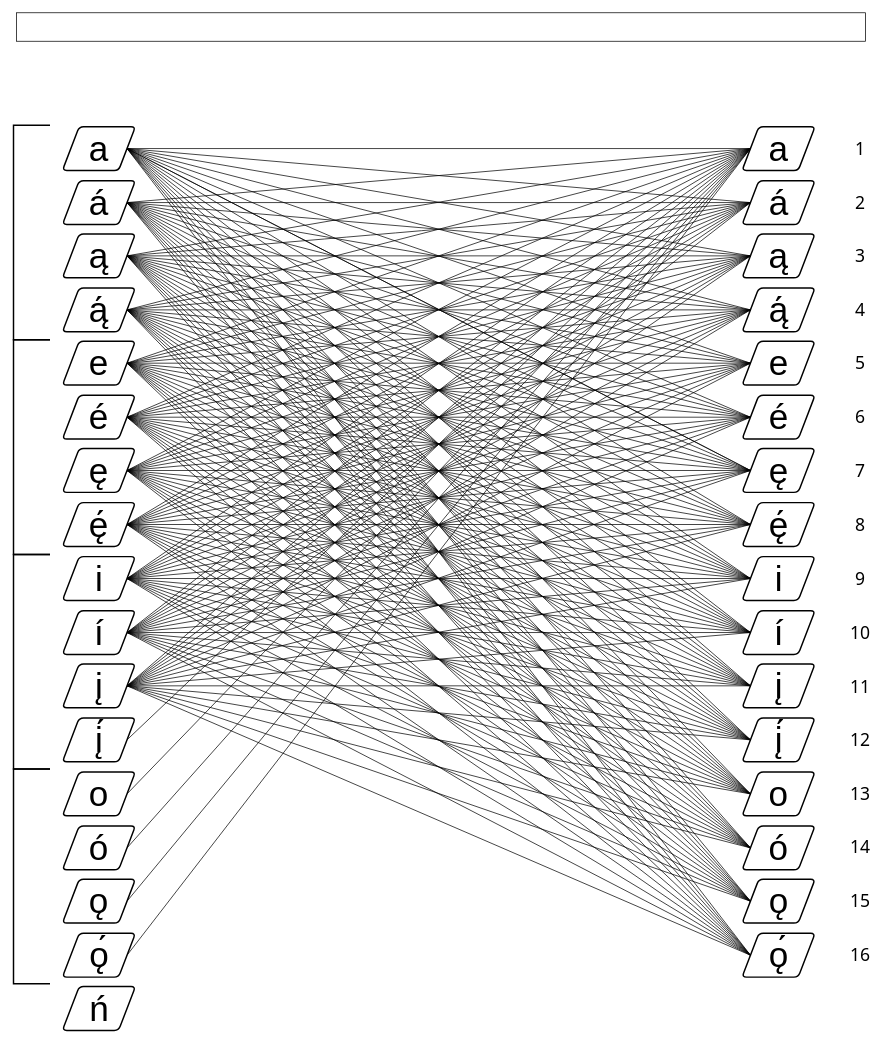
Before: Associated Diagrams/Navaho Vowel Network.drawio in OJB-Quantum/Navaho-Linguistics, a draw.io diagram. Source tidied: cells renumbered, new cells numbered last; positions are measured from the earlier drawing's top-left corner, leaving out a move shared by most shapes. Both pictures are drawn from the tidied source at 73%, with x=0, y=0 at pixel (13, 12).
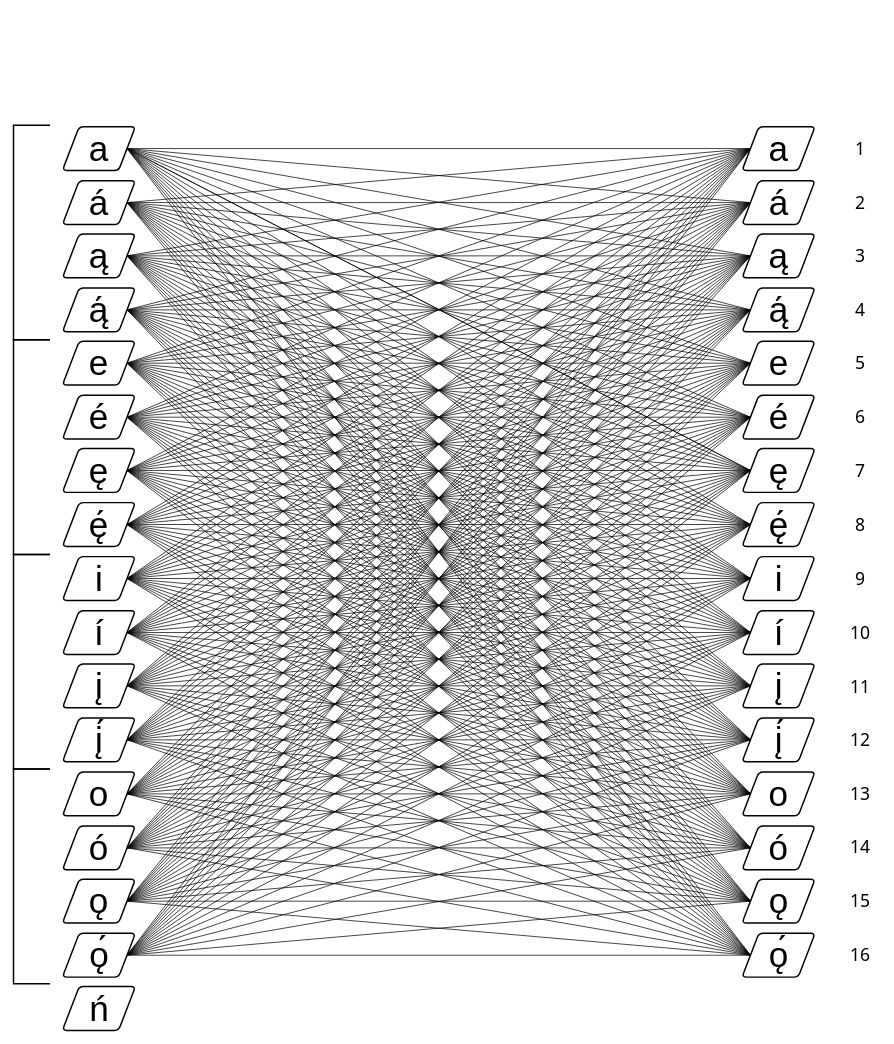
The same page after the edit.

The change refers to these unchanged cells:
```xml
<mxCell id="78" style="shape=parallelogram;html=1;strokeWidth=2;perimeter=parallelogramPerimeter;whiteSpace=wrap;rounded=1;arcSize=12;size=0.23;fontFamily=IBM Plex Sans;" parent="1" vertex="1">
  <mxGeometry x="67" y="966" width="100" height="60" as="geometry" />
</mxCell>
<mxCell id="80" style="shape=parallelogram;html=1;strokeWidth=2;perimeter=parallelogramPerimeter;whiteSpace=wrap;rounded=1;arcSize=12;size=0.23;fontFamily=IBM Plex Sans;" parent="1" vertex="1">
  <mxGeometry x="67" y="1040" width="100" height="60" as="geometry" />
</mxCell>
<mxCell id="82" style="shape=parallelogram;html=1;strokeWidth=2;perimeter=parallelogramPerimeter;whiteSpace=wrap;rounded=1;arcSize=12;size=0.23;fontFamily=IBM Plex Sans;" parent="1" vertex="1">
  <mxGeometry x="67" y="1114" width="100" height="60" as="geometry" />
</mxCell>
<mxCell id="84" style="shape=parallelogram;html=1;strokeWidth=2;perimeter=parallelogramPerimeter;whiteSpace=wrap;rounded=1;arcSize=12;size=0.23;fontFamily=IBM Plex Sans;" parent="1" vertex="1">
  <mxGeometry x="67" y="1187" width="100" height="60" as="geometry" />
</mxCell>
<mxCell id="86" style="shape=parallelogram;html=1;strokeWidth=2;perimeter=parallelogramPerimeter;whiteSpace=wrap;rounded=1;arcSize=12;size=0.23;fontFamily=IBM Plex Sans;" parent="1" vertex="1">
  <mxGeometry x="67" y="1261" width="100" height="60" as="geometry" />
</mxCell>
<mxCell id="92" style="shape=parallelogram;html=1;strokeWidth=2;perimeter=parallelogramPerimeter;whiteSpace=wrap;rounded=1;arcSize=12;size=0.23;fontFamily=IBM Plex Sans;" parent="1" vertex="1">
  <mxGeometry x="998" y="230" width="100" height="60" as="geometry" />
</mxCell>
<mxCell id="94" style="shape=parallelogram;html=1;strokeWidth=2;perimeter=parallelogramPerimeter;whiteSpace=wrap;rounded=1;arcSize=12;size=0.23;fontFamily=IBM Plex Sans;" parent="1" vertex="1">
  <mxGeometry x="998" y="303" width="100" height="60" as="geometry" />
</mxCell>
<mxCell id="96" style="shape=parallelogram;html=1;strokeWidth=2;perimeter=parallelogramPerimeter;whiteSpace=wrap;rounded=1;arcSize=12;size=0.23;fontFamily=IBM Plex Sans;" parent="1" vertex="1">
  <mxGeometry x="998" y="377" width="100" height="60" as="geometry" />
</mxCell>
<mxCell id="98" style="shape=parallelogram;html=1;strokeWidth=2;perimeter=parallelogramPerimeter;whiteSpace=wrap;rounded=1;arcSize=12;size=0.23;fontFamily=IBM Plex Sans;" parent="1" vertex="1">
  <mxGeometry x="998" y="450" width="100" height="60" as="geometry" />
</mxCell>
<mxCell id="100" style="shape=parallelogram;html=1;strokeWidth=2;perimeter=parallelogramPerimeter;whiteSpace=wrap;rounded=1;arcSize=12;size=0.23;fontFamily=IBM Plex Sans;" parent="1" vertex="1">
  <mxGeometry x="998" y="524" width="100" height="60" as="geometry" />
</mxCell>
<mxCell id="102" style="shape=parallelogram;html=1;strokeWidth=2;perimeter=parallelogramPerimeter;whiteSpace=wrap;rounded=1;arcSize=12;size=0.23;fontFamily=IBM Plex Sans;" parent="1" vertex="1">
  <mxGeometry x="998" y="597" width="100" height="60" as="geometry" />
</mxCell>
<mxCell id="104" style="shape=parallelogram;html=1;strokeWidth=2;perimeter=parallelogramPerimeter;whiteSpace=wrap;rounded=1;arcSize=12;size=0.23;fontFamily=IBM Plex Sans;" parent="1" vertex="1">
  <mxGeometry x="998" y="671" width="100" height="60" as="geometry" />
</mxCell>
<mxCell id="106" style="shape=parallelogram;html=1;strokeWidth=2;perimeter=parallelogramPerimeter;whiteSpace=wrap;rounded=1;arcSize=12;size=0.23;fontFamily=IBM Plex Sans;" parent="1" vertex="1">
  <mxGeometry x="998" y="745" width="100" height="60" as="geometry" />
</mxCell>
<mxCell id="108" style="shape=parallelogram;html=1;strokeWidth=2;perimeter=parallelogramPerimeter;whiteSpace=wrap;rounded=1;arcSize=12;size=0.23;fontFamily=IBM Plex Sans;" parent="1" vertex="1">
  <mxGeometry x="998" y="819" width="100" height="60" as="geometry" />
</mxCell>
<mxCell id="110" style="shape=parallelogram;html=1;strokeWidth=2;perimeter=parallelogramPerimeter;whiteSpace=wrap;rounded=1;arcSize=12;size=0.23;fontFamily=IBM Plex Sans;" parent="1" vertex="1">
  <mxGeometry x="998" y="892" width="100" height="60" as="geometry" />
</mxCell>
<mxCell id="112" style="shape=parallelogram;html=1;strokeWidth=2;perimeter=parallelogramPerimeter;whiteSpace=wrap;rounded=1;arcSize=12;size=0.23;fontFamily=IBM Plex Sans;" parent="1" vertex="1">
  <mxGeometry x="998" y="966" width="100" height="60" as="geometry" />
</mxCell>
<mxCell id="114" style="shape=parallelogram;html=1;strokeWidth=2;perimeter=parallelogramPerimeter;whiteSpace=wrap;rounded=1;arcSize=12;size=0.23;fontFamily=IBM Plex Sans;" parent="1" vertex="1">
  <mxGeometry x="998" y="1040" width="100" height="60" as="geometry" />
</mxCell>
<mxCell id="116" style="shape=parallelogram;html=1;strokeWidth=2;perimeter=parallelogramPerimeter;whiteSpace=wrap;rounded=1;arcSize=12;size=0.23;fontFamily=IBM Plex Sans;" parent="1" vertex="1">
  <mxGeometry x="998" y="1114" width="100" height="60" as="geometry" />
</mxCell>
<mxCell id="118" style="shape=parallelogram;html=1;strokeWidth=2;perimeter=parallelogramPerimeter;whiteSpace=wrap;rounded=1;arcSize=12;size=0.23;fontFamily=IBM Plex Sans;" parent="1" vertex="1">
  <mxGeometry x="998" y="1187" width="100" height="60" as="geometry" />
</mxCell>
<mxCell id="120" style="shape=parallelogram;html=1;strokeWidth=2;perimeter=parallelogramPerimeter;whiteSpace=wrap;rounded=1;arcSize=12;size=0.23;fontFamily=IBM Plex Sans;" parent="1" vertex="1">
  <mxGeometry x="998" y="1261" width="100" height="60" as="geometry" />
</mxCell>
```

Change to the diagram source:
```diff
@@
-    <mxCell id="45" style="rounded=0;whiteSpace=wrap;html=1;" parent="1" vertex="1">
-      <mxGeometry x="4" width="1163" height="39" as="geometry" />
-    </mxCell>
@@
+    <mxCell id="271" style="endArrow=none;html=1;rounded=0;exitX=1;exitY=0.5;exitDx=0;exitDy=0;entryX=0;entryY=0.5;entryDx=0;entryDy=0;" parent="1" edge="1" source="78" target="92">
+      <mxGeometry relative="1" as="geometry" />
+    </mxCell>
+    <mxCell id="272" style="endArrow=none;html=1;rounded=0;exitX=1;exitY=0.5;exitDx=0;exitDy=0;entryX=0;entryY=0.5;entryDx=0;entryDy=0;" parent="1" edge="1" source="78" target="94">
+      <mxGeometry relative="1" as="geometry" />
+    </mxCell>
+    <mxCell id="273" style="endArrow=none;html=1;rounded=0;exitX=1;exitY=0.5;exitDx=0;exitDy=0;entryX=0;entryY=0.5;entryDx=0;entryDy=0;" parent="1" edge="1" source="78" target="96">
+      <mxGeometry relative="1" as="geometry" />
+    </mxCell>
+    <mxCell id="274" style="endArrow=none;html=1;rounded=0;exitX=1;exitY=0.5;exitDx=0;exitDy=0;entryX=0;entryY=0.5;entryDx=0;entryDy=0;" parent="1" edge="1" source="78" target="98">
+      <mxGeometry relative="1" as="geometry" />
+    </mxCell>
+    <mxCell id="275" style="endArrow=none;html=1;rounded=0;exitX=1;exitY=0.5;exitDx=0;exitDy=0;entryX=0;entryY=0.5;entryDx=0;entryDy=0;" parent="1" edge="1" source="78" target="100">
+      <mxGeometry relative="1" as="geometry" />
+    </mxCell>
+    <mxCell id="276" style="endArrow=none;html=1;rounded=0;exitX=1;exitY=0.5;exitDx=0;exitDy=0;entryX=0;entryY=0.5;entryDx=0;entryDy=0;" parent="1" edge="1" source="78" target="102">
+      <mxGeometry relative="1" as="geometry" />
+    </mxCell>
+    <mxCell id="277" style="endArrow=none;html=1;rounded=0;exitX=1;exitY=0.5;exitDx=0;exitDy=0;entryX=0;entryY=0.5;entryDx=0;entryDy=0;" parent="1" edge="1" source="78" target="104">
+      <mxGeometry relative="1" as="geometry" />
+    </mxCell>
+    <mxCell id="278" style="endArrow=none;html=1;rounded=0;exitX=1;exitY=0.5;exitDx=0;exitDy=0;entryX=0;entryY=0.5;entryDx=0;entryDy=0;" parent="1" edge="1" source="78" target="106">
+      <mxGeometry relative="1" as="geometry" />
+    </mxCell>
+    <mxCell id="279" style="endArrow=none;html=1;rounded=0;exitX=1;exitY=0.5;exitDx=0;exitDy=0;entryX=0;entryY=0.5;entryDx=0;entryDy=0;" parent="1" edge="1" source="78" target="108">
+      <mxGeometry relative="1" as="geometry" />
+    </mxCell>
+    <mxCell id="280" style="endArrow=none;html=1;rounded=0;exitX=1;exitY=0.5;exitDx=0;exitDy=0;entryX=0;entryY=0.5;entryDx=0;entryDy=0;" parent="1" edge="1" source="78" target="110">
+      <mxGeometry relative="1" as="geometry" />
+    </mxCell>
+    <mxCell id="281" style="endArrow=none;html=1;rounded=0;exitX=1;exitY=0.5;exitDx=0;exitDy=0;entryX=0;entryY=0.5;entryDx=0;entryDy=0;" parent="1" edge="1" source="78" target="112">
+      <mxGeometry relative="1" as="geometry" />
+    </mxCell>
+    <mxCell id="282" style="endArrow=none;html=1;rounded=0;exitX=1;exitY=0.5;exitDx=0;exitDy=0;entryX=0;entryY=0.5;entryDx=0;entryDy=0;" parent="1" edge="1" source="78" target="114">
+      <mxGeometry relative="1" as="geometry" />
+    </mxCell>
+    <mxCell id="283" style="endArrow=none;html=1;rounded=0;exitX=1;exitY=0.5;exitDx=0;exitDy=0;entryX=0;entryY=0.5;entryDx=0;entryDy=0;" parent="1" edge="1" source="78" target="116">
+      <mxGeometry relative="1" as="geometry" />
+    </mxCell>
+    <mxCell id="284" style="endArrow=none;html=1;rounded=0;exitX=1;exitY=0.5;exitDx=0;exitDy=0;entryX=0;entryY=0.5;entryDx=0;entryDy=0;" parent="1" edge="1" source="78" target="118">
+      <mxGeometry relative="1" as="geometry" />
+    </mxCell>
+    <mxCell id="285" style="endArrow=none;html=1;rounded=0;exitX=1;exitY=0.5;exitDx=0;exitDy=0;entryX=0;entryY=0.5;entryDx=0;entryDy=0;" parent="1" edge="1" source="78" target="120">
+      <mxGeometry relative="1" as="geometry" />
+    </mxCell>
+    <mxCell id="286" style="endArrow=none;html=1;rounded=0;exitX=1;exitY=0.5;exitDx=0;exitDy=0;entryX=0;entryY=0.5;entryDx=0;entryDy=0;" parent="1" edge="1" source="80" target="92">
+      <mxGeometry relative="1" as="geometry" />
+    </mxCell>
+    <mxCell id="287" style="endArrow=none;html=1;rounded=0;exitX=1;exitY=0.5;exitDx=0;exitDy=0;entryX=0;entryY=0.5;entryDx=0;entryDy=0;" parent="1" edge="1" source="80" target="94">
+      <mxGeometry relative="1" as="geometry" />
+    </mxCell>
+    <mxCell id="288" style="endArrow=none;html=1;rounded=0;exitX=1;exitY=0.5;exitDx=0;exitDy=0;entryX=0;entryY=0.5;entryDx=0;entryDy=0;" parent="1" edge="1" source="80" target="96">
+      <mxGeometry relative="1" as="geometry" />
+    </mxCell>
+    <mxCell id="289" style="endArrow=none;html=1;rounded=0;exitX=1;exitY=0.5;exitDx=0;exitDy=0;entryX=0;entryY=0.5;entryDx=0;entryDy=0;" parent="1" edge="1" source="80" target="98">
+      <mxGeometry relative="1" as="geometry" />
+    </mxCell>
+    <mxCell id="290" style="endArrow=none;html=1;rounded=0;exitX=1;exitY=0.5;exitDx=0;exitDy=0;entryX=0;entryY=0.5;entryDx=0;entryDy=0;" parent="1" edge="1" source="80" target="100">
+      <mxGeometry relative="1" as="geometry" />
+    </mxCell>
+    <mxCell id="291" style="endArrow=none;html=1;rounded=0;exitX=1;exitY=0.5;exitDx=0;exitDy=0;entryX=0;entryY=0.5;entryDx=0;entryDy=0;" parent="1" edge="1" source="80" target="102">
+      <mxGeometry relative="1" as="geometry" />
+    </mxCell>
+    <mxCell id="292" style="endArrow=none;html=1;rounded=0;exitX=1;exitY=0.5;exitDx=0;exitDy=0;entryX=0;entryY=0.5;entryDx=0;entryDy=0;" parent="1" edge="1" source="80" target="104">
+      <mxGeometry relative="1" as="geometry" />
+    </mxCell>
+    <mxCell id="293" style="endArrow=none;html=1;rounded=0;exitX=1;exitY=0.5;exitDx=0;exitDy=0;entryX=0;entryY=0.5;entryDx=0;entryDy=0;" parent="1" edge="1" source="80" target="106">
+      <mxGeometry relative="1" as="geometry" />
+    </mxCell>
+    <mxCell id="294" style="endArrow=none;html=1;rounded=0;exitX=1;exitY=0.5;exitDx=0;exitDy=0;entryX=0;entryY=0.5;entryDx=0;entryDy=0;" parent="1" edge="1" source="80" target="108">
+      <mxGeometry relative="1" as="geometry" />
+    </mxCell>
+    <mxCell id="295" style="endArrow=none;html=1;rounded=0;exitX=1;exitY=0.5;exitDx=0;exitDy=0;entryX=0;entryY=0.5;entryDx=0;entryDy=0;" parent="1" edge="1" source="80" target="110">
+      <mxGeometry relative="1" as="geometry" />
+    </mxCell>
+    <mxCell id="296" style="endArrow=none;html=1;rounded=0;exitX=1;exitY=0.5;exitDx=0;exitDy=0;entryX=0;entryY=0.5;entryDx=0;entryDy=0;" parent="1" edge="1" source="80" target="112">
+      <mxGeometry relative="1" as="geometry" />
+    </mxCell>
+    <mxCell id="297" style="endArrow=none;html=1;rounded=0;exitX=1;exitY=0.5;exitDx=0;exitDy=0;entryX=0;entryY=0.5;entryDx=0;entryDy=0;" parent="1" edge="1" source="80" target="114">
+      <mxGeometry relative="1" as="geometry" />
+    </mxCell>
+    <mxCell id="298" style="endArrow=none;html=1;rounded=0;exitX=1;exitY=0.5;exitDx=0;exitDy=0;entryX=0;entryY=0.5;entryDx=0;entryDy=0;" parent="1" edge="1" source="80" target="116">
+      <mxGeometry relative="1" as="geometry" />
+    </mxCell>
+    <mxCell id="299" style="endArrow=none;html=1;rounded=0;exitX=1;exitY=0.5;exitDx=0;exitDy=0;entryX=0;entryY=0.5;entryDx=0;entryDy=0;" parent="1" edge="1" source="80" target="118">
+      <mxGeometry relative="1" as="geometry" />
+    </mxCell>
+    <mxCell id="300" style="endArrow=none;html=1;rounded=0;exitX=1;exitY=0.5;exitDx=0;exitDy=0;entryX=0;entryY=0.5;entryDx=0;entryDy=0;" parent="1" edge="1" source="80" target="120">
+      <mxGeometry relative="1" as="geometry" />
+    </mxCell>
+    <mxCell id="301" style="endArrow=none;html=1;rounded=0;exitX=1;exitY=0.5;exitDx=0;exitDy=0;entryX=0;entryY=0.5;entryDx=0;entryDy=0;" parent="1" edge="1" source="82" target="92">
+      <mxGeometry relative="1" as="geometry" />
+    </mxCell>
+    <mxCell id="302" style="endArrow=none;html=1;rounded=0;exitX=1;exitY=0.5;exitDx=0;exitDy=0;entryX=0;entryY=0.5;entryDx=0;entryDy=0;" parent="1" edge="1" source="82" target="94">
+      <mxGeometry relative="1" as="geometry" />
+    </mxCell>
+    <mxCell id="303" style="endArrow=none;html=1;rounded=0;exitX=1;exitY=0.5;exitDx=0;exitDy=0;entryX=0;entryY=0.5;entryDx=0;entryDy=0;" parent="1" edge="1" source="82" target="96">
+      <mxGeometry relative="1" as="geometry" />
+    </mxCell>
+    <mxCell id="304" style="endArrow=none;html=1;rounded=0;exitX=1;exitY=0.5;exitDx=0;exitDy=0;entryX=0;entryY=0.5;entryDx=0;entryDy=0;" parent="1" edge="1" source="82" target="98">
+      <mxGeometry relative="1" as="geometry" />
+    </mxCell>
+    <mxCell id="305" style="endArrow=none;html=1;rounded=0;exitX=1;exitY=0.5;exitDx=0;exitDy=0;entryX=0;entryY=0.5;entryDx=0;entryDy=0;" parent="1" edge="1" source="82" target="100">
+      <mxGeometry relative="1" as="geometry" />
+    </mxCell>
+    <mxCell id="306" style="endArrow=none;html=1;rounded=0;exitX=1;exitY=0.5;exitDx=0;exitDy=0;entryX=0;entryY=0.5;entryDx=0;entryDy=0;" parent="1" edge="1" source="82" target="102">
+      <mxGeometry relative="1" as="geometry" />
+    </mxCell>
+    <mxCell id="307" style="endArrow=none;html=1;rounded=0;exitX=1;exitY=0.5;exitDx=0;exitDy=0;entryX=0;entryY=0.5;entryDx=0;entryDy=0;" parent="1" edge="1" source="82" target="104">
+      <mxGeometry relative="1" as="geometry" />
+    </mxCell>
+    <mxCell id="308" style="endArrow=none;html=1;rounded=0;exitX=1;exitY=0.5;exitDx=0;exitDy=0;entryX=0;entryY=0.5;entryDx=0;entryDy=0;" parent="1" edge="1" source="82" target="106">
+      <mxGeometry relative="1" as="geometry" />
+    </mxCell>
+    <mxCell id="309" style="endArrow=none;html=1;rounded=0;exitX=1;exitY=0.5;exitDx=0;exitDy=0;entryX=0;entryY=0.5;entryDx=0;entryDy=0;" parent="1" edge="1" source="82" target="108">
+      <mxGeometry relative="1" as="geometry" />
+    </mxCell>
+    <mxCell id="310" style="endArrow=none;html=1;rounded=0;exitX=1;exitY=0.5;exitDx=0;exitDy=0;entryX=0;entryY=0.5;entryDx=0;entryDy=0;" parent="1" edge="1" source="82" target="110">
+      <mxGeometry relative="1" as="geometry" />
+    </mxCell>
+    <mxCell id="311" style="endArrow=none;html=1;rounded=0;exitX=1;exitY=0.5;exitDx=0;exitDy=0;entryX=0;entryY=0.5;entryDx=0;entryDy=0;" parent="1" edge="1" source="82" target="112">
+      <mxGeometry relative="1" as="geometry" />
+    </mxCell>
+    <mxCell id="312" style="endArrow=none;html=1;rounded=0;exitX=1;exitY=0.5;exitDx=0;exitDy=0;entryX=0;entryY=0.5;entryDx=0;entryDy=0;" parent="1" edge="1" source="82" target="114">
+      <mxGeometry relative="1" as="geometry" />
+    </mxCell>
+    <mxCell id="313" style="endArrow=none;html=1;rounded=0;exitX=1;exitY=0.5;exitDx=0;exitDy=0;entryX=0;entryY=0.5;entryDx=0;entryDy=0;" parent="1" edge="1" source="82" target="116">
+      <mxGeometry relative="1" as="geometry" />
+    </mxCell>
+    <mxCell id="314" style="endArrow=none;html=1;rounded=0;exitX=1;exitY=0.5;exitDx=0;exitDy=0;entryX=0;entryY=0.5;entryDx=0;entryDy=0;" parent="1" edge="1" source="82" target="118">
+      <mxGeometry relative="1" as="geometry" />
+    </mxCell>
+    <mxCell id="315" style="endArrow=none;html=1;rounded=0;exitX=1;exitY=0.5;exitDx=0;exitDy=0;entryX=0;entryY=0.5;entryDx=0;entryDy=0;" parent="1" edge="1" source="82" target="120">
+      <mxGeometry relative="1" as="geometry" />
+    </mxCell>
+    <mxCell id="316" style="endArrow=none;html=1;rounded=0;exitX=1;exitY=0.5;exitDx=0;exitDy=0;entryX=0;entryY=0.5;entryDx=0;entryDy=0;" parent="1" edge="1" source="84" target="92">
+      <mxGeometry relative="1" as="geometry" />
+    </mxCell>
+    <mxCell id="317" style="endArrow=none;html=1;rounded=0;exitX=1;exitY=0.5;exitDx=0;exitDy=0;entryX=0;entryY=0.5;entryDx=0;entryDy=0;" parent="1" edge="1" source="84" target="94">
+      <mxGeometry relative="1" as="geometry" />
+    </mxCell>
+    <mxCell id="318" style="endArrow=none;html=1;rounded=0;exitX=1;exitY=0.5;exitDx=0;exitDy=0;entryX=0;entryY=0.5;entryDx=0;entryDy=0;" parent="1" edge="1" source="84" target="96">
+      <mxGeometry relative="1" as="geometry" />
+    </mxCell>
+    <mxCell id="319" style="endArrow=none;html=1;rounded=0;exitX=1;exitY=0.5;exitDx=0;exitDy=0;entryX=0;entryY=0.5;entryDx=0;entryDy=0;" parent="1" edge="1" source="84" target="98">
+      <mxGeometry relative="1" as="geometry" />
+    </mxCell>
+    <mxCell id="320" style="endArrow=none;html=1;rounded=0;exitX=1;exitY=0.5;exitDx=0;exitDy=0;entryX=0;entryY=0.5;entryDx=0;entryDy=0;" parent="1" edge="1" source="84" target="100">
+      <mxGeometry relative="1" as="geometry" />
+    </mxCell>
+    <mxCell id="321" style="endArrow=none;html=1;rounded=0;exitX=1;exitY=0.5;exitDx=0;exitDy=0;entryX=0;entryY=0.5;entryDx=0;entryDy=0;" parent="1" edge="1" source="84" target="102">
+      <mxGeometry relative="1" as="geometry" />
+    </mxCell>
+    <mxCell id="322" style="endArrow=none;html=1;rounded=0;exitX=1;exitY=0.5;exitDx=0;exitDy=0;entryX=0;entryY=0.5;entryDx=0;entryDy=0;" parent="1" edge="1" source="84" target="104">
+      <mxGeometry relative="1" as="geometry" />
+    </mxCell>
+    <mxCell id="323" style="endArrow=none;html=1;rounded=0;exitX=1;exitY=0.5;exitDx=0;exitDy=0;entryX=0;entryY=0.5;entryDx=0;entryDy=0;" parent="1" edge="1" source="84" target="106">
+      <mxGeometry relative="1" as="geometry" />
+    </mxCell>
+    <mxCell id="324" style="endArrow=none;html=1;rounded=0;exitX=1;exitY=0.5;exitDx=0;exitDy=0;entryX=0;entryY=0.5;entryDx=0;entryDy=0;" parent="1" edge="1" source="84" target="108">
+      <mxGeometry relative="1" as="geometry" />
+    </mxCell>
+    <mxCell id="325" style="endArrow=none;html=1;rounded=0;exitX=1;exitY=0.5;exitDx=0;exitDy=0;entryX=0;entryY=0.5;entryDx=0;entryDy=0;" parent="1" edge="1" source="84" target="110">
+      <mxGeometry relative="1" as="geometry" />
+    </mxCell>
+    <mxCell id="326" style="endArrow=none;html=1;rounded=0;exitX=1;exitY=0.5;exitDx=0;exitDy=0;entryX=0;entryY=0.5;entryDx=0;entryDy=0;" parent="1" edge="1" source="84" target="112">
+      <mxGeometry relative="1" as="geometry" />
+    </mxCell>
+    <mxCell id="327" style="endArrow=none;html=1;rounded=0;exitX=1;exitY=0.5;exitDx=0;exitDy=0;entryX=0;entryY=0.5;entryDx=0;entryDy=0;" parent="1" edge="1" source="84" target="114">
+      <mxGeometry relative="1" as="geometry" />
+    </mxCell>
+    <mxCell id="328" style="endArrow=none;html=1;rounded=0;exitX=1;exitY=0.5;exitDx=0;exitDy=0;entryX=0;entryY=0.5;entryDx=0;entryDy=0;" parent="1" edge="1" source="84" target="116">
+      <mxGeometry relative="1" as="geometry" />
+    </mxCell>
+    <mxCell id="329" style="endArrow=none;html=1;rounded=0;exitX=1;exitY=0.5;exitDx=0;exitDy=0;entryX=0;entryY=0.5;entryDx=0;entryDy=0;" parent="1" edge="1" source="84" target="120">
+      <mxGeometry relative="1" as="geometry" />
+    </mxCell>
+    <mxCell id="330" style="endArrow=none;html=1;rounded=0;exitX=1;exitY=0.5;exitDx=0;exitDy=0;entryX=0;entryY=0.5;entryDx=0;entryDy=0;" parent="1" edge="1" source="84" target="118">
+      <mxGeometry relative="1" as="geometry" />
+    </mxCell>
+    <mxCell id="331" style="endArrow=none;html=1;rounded=0;exitX=1;exitY=0.5;exitDx=0;exitDy=0;entryX=0;entryY=0.5;entryDx=0;entryDy=0;" parent="1" edge="1" source="86" target="92">
+      <mxGeometry relative="1" as="geometry" />
+    </mxCell>
+    <mxCell id="332" style="endArrow=none;html=1;rounded=0;exitX=1;exitY=0.5;exitDx=0;exitDy=0;entryX=0;entryY=0.5;entryDx=0;entryDy=0;" parent="1" edge="1" source="86" target="94">
+      <mxGeometry relative="1" as="geometry" />
+    </mxCell>
+    <mxCell id="333" style="endArrow=none;html=1;rounded=0;exitX=1;exitY=0.5;exitDx=0;exitDy=0;entryX=0;entryY=0.5;entryDx=0;entryDy=0;" parent="1" edge="1" source="86" target="96">
+      <mxGeometry relative="1" as="geometry" />
+    </mxCell>
+    <mxCell id="334" style="endArrow=none;html=1;rounded=0;exitX=1;exitY=0.5;exitDx=0;exitDy=0;entryX=0;entryY=0.5;entryDx=0;entryDy=0;" parent="1" edge="1" source="86" target="98">
+      <mxGeometry relative="1" as="geometry" />
+    </mxCell>
+    <mxCell id="335" style="endArrow=none;html=1;rounded=0;exitX=1;exitY=0.5;exitDx=0;exitDy=0;entryX=0;entryY=0.5;entryDx=0;entryDy=0;" parent="1" edge="1" source="86" target="100">
+      <mxGeometry relative="1" as="geometry" />
+    </mxCell>
+    <mxCell id="336" style="endArrow=none;html=1;rounded=0;exitX=1;exitY=0.5;exitDx=0;exitDy=0;entryX=0;entryY=0.5;entryDx=0;entryDy=0;" parent="1" edge="1" source="86" target="102">
+      <mxGeometry relative="1" as="geometry" />
+    </mxCell>
+    <mxCell id="337" style="endArrow=none;html=1;rounded=0;exitX=1;exitY=0.5;exitDx=0;exitDy=0;entryX=0;entryY=0.5;entryDx=0;entryDy=0;" parent="1" edge="1" source="86" target="104">
+      <mxGeometry relative="1" as="geometry" />
+    </mxCell>
+    <mxCell id="338" style="endArrow=none;html=1;rounded=0;exitX=1;exitY=0.5;exitDx=0;exitDy=0;entryX=0;entryY=0.5;entryDx=0;entryDy=0;" parent="1" edge="1" source="86" target="106">
+      <mxGeometry relative="1" as="geometry" />
+    </mxCell>
+    <mxCell id="339" style="endArrow=none;html=1;rounded=0;exitX=1;exitY=0.5;exitDx=0;exitDy=0;entryX=0;entryY=0.5;entryDx=0;entryDy=0;" parent="1" edge="1" source="86" target="108">
+      <mxGeometry relative="1" as="geometry" />
+    </mxCell>
+    <mxCell id="340" style="endArrow=none;html=1;rounded=0;exitX=1;exitY=0.5;exitDx=0;exitDy=0;entryX=0;entryY=0.5;entryDx=0;entryDy=0;" parent="1" edge="1" source="86" target="110">
+      <mxGeometry relative="1" as="geometry" />
+    </mxCell>
+    <mxCell id="341" style="endArrow=none;html=1;rounded=0;exitX=1;exitY=0.5;exitDx=0;exitDy=0;entryX=0;entryY=0.5;entryDx=0;entryDy=0;" parent="1" edge="1" source="86" target="112">
+      <mxGeometry relative="1" as="geometry" />
+    </mxCell>
+    <mxCell id="342" style="endArrow=none;html=1;rounded=0;exitX=1;exitY=0.5;exitDx=0;exitDy=0;entryX=0;entryY=0.5;entryDx=0;entryDy=0;" parent="1" edge="1" source="86" target="114">
+      <mxGeometry relative="1" as="geometry" />
+    </mxCell>
+    <mxCell id="343" style="endArrow=none;html=1;rounded=0;exitX=1;exitY=0.5;exitDx=0;exitDy=0;entryX=0;entryY=0.5;entryDx=0;entryDy=0;" parent="1" edge="1" source="86" target="116">
+      <mxGeometry relative="1" as="geometry" />
+    </mxCell>
+    <mxCell id="344" style="endArrow=none;html=1;rounded=0;exitX=1;exitY=0.5;exitDx=0;exitDy=0;entryX=0;entryY=0.5;entryDx=0;entryDy=0;" parent="1" edge="1" source="86" target="118">
+      <mxGeometry relative="1" as="geometry" />
+    </mxCell>
+    <mxCell id="345" style="endArrow=none;html=1;rounded=0;exitX=1;exitY=0.5;exitDx=0;exitDy=0;entryX=0;entryY=0.5;entryDx=0;entryDy=0;" parent="1" edge="1" source="86" target="120">
+      <mxGeometry relative="1" as="geometry" />
+    </mxCell>
```
